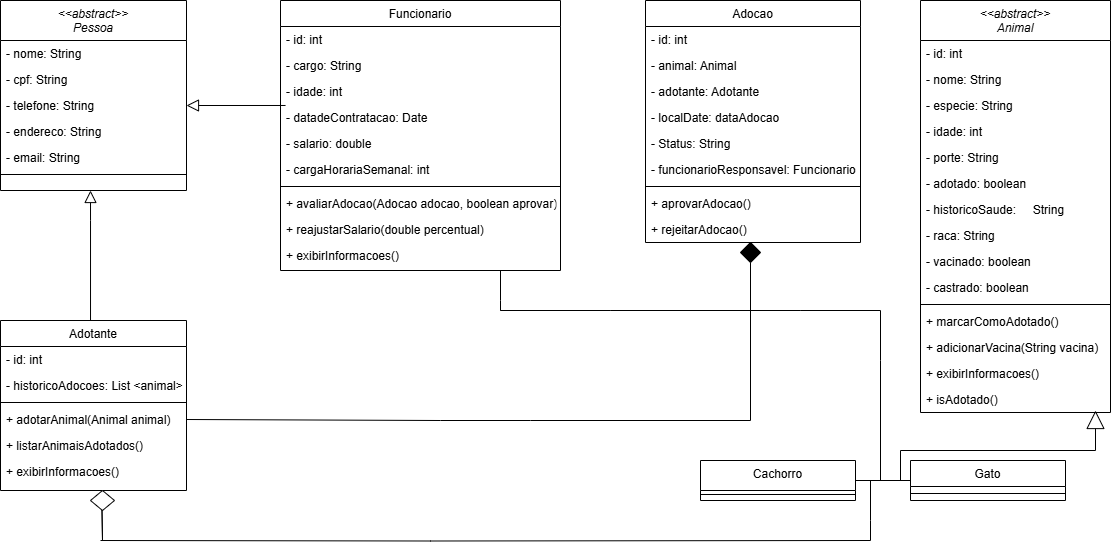
The draw.io diagram projeto final FOO.drawio.png in LeonSlent/SystemONG, before a commit. Source tidied: cells renumbered, new cells last; positions are measured from the earlier drawing's top-left corner, leaving out a move shared by most shapes.
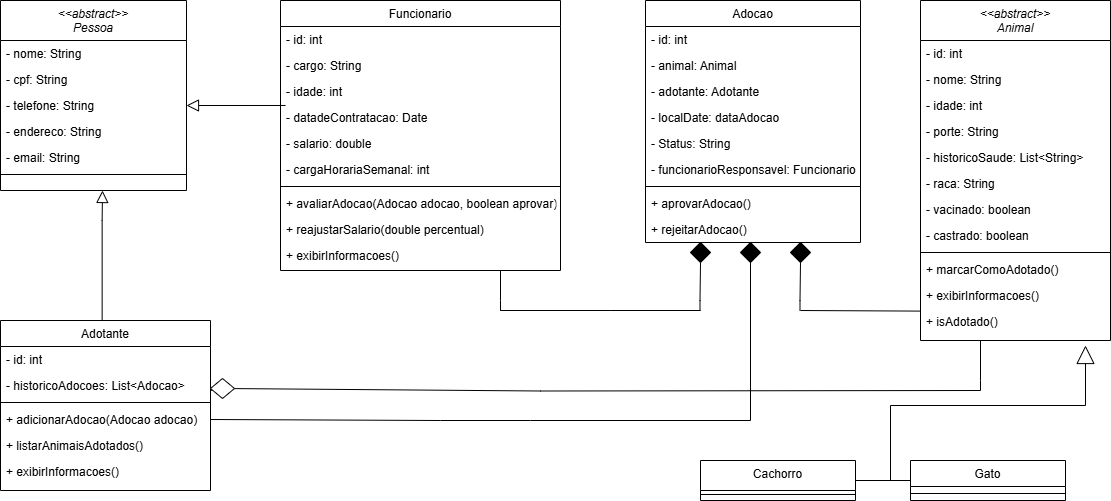
After the change.

Diff of the diagram source:
```diff
@@ -3,7 +3,7 @@
     <mxCell id="0" />
     <mxCell id="1" parent="0" />
     <mxCell id="2" value="&lt;&lt;abstract&gt;&gt;&#10;Animal" style="swimlane;fontStyle=2;align=center;verticalAlign=top;horizontal=1;startSize=40;rounded=0;shadow=0;strokeWidth=1;" parent="1" vertex="1">
-      <mxGeometry x="920" width="190" height="412" as="geometry" />
+      <mxGeometry x="920" width="190" height="340" as="geometry" />
     </mxCell>
     <mxCell id="3" value="- id: int" style="text;align=left;verticalAlign=top;spacingLeft=4;spacingRight=4;overflow=hidden;" parent="2" vertex="1">
       <mxGeometry y="40" width="190" height="26" as="geometry" />
@@ -11,48 +11,39 @@
     <mxCell id="4" value="- nome: String" style="text;align=left;verticalAlign=top;spacingLeft=4;spacingRight=4;overflow=hidden;rounded=0;shadow=0;html=0;" parent="2" vertex="1">
       <mxGeometry y="66" width="190" height="26" as="geometry" />
     </mxCell>
-    <mxCell id="5" value="- especie: String" style="text;align=left;verticalAlign=top;spacingLeft=4;spacingRight=4;overflow=hidden;rounded=0;shadow=0;html=0;" parent="2" vertex="1">
-      <mxGeometry y="92" width="190" height="26" as="geometry" />
-    </mxCell>
     <mxCell id="6" value="- idade: int" style="text;align=left;verticalAlign=top;spacingLeft=4;spacingRight=4;overflow=hidden;rounded=0;shadow=0;html=0;" parent="2" vertex="1">
-      <mxGeometry y="118" width="190" height="26" as="geometry" />
+      <mxGeometry y="92" width="190" height="26" as="geometry" />
     </mxCell>
     <mxCell id="7" value="- porte: String" style="text;align=left;verticalAlign=top;spacingLeft=4;spacingRight=4;overflow=hidden;rounded=0;shadow=0;html=0;" parent="2" vertex="1">
-      <mxGeometry y="144" width="190" height="26" as="geometry" />
+      <mxGeometry y="118" width="190" height="26" as="geometry" />
     </mxCell>
-    <mxCell id="8" value="- adotado: boolean" style="text;align=left;verticalAlign=top;spacingLeft=4;spacingRight=4;overflow=hidden;rounded=0;shadow=0;html=0;" parent="2" vertex="1">
-      <mxGeometry y="170" width="190" height="26" as="geometry" />
-    </mxCell>
-    <mxCell id="9" value="- historicoSaude:     String" style="text;align=left;verticalAlign=top;spacingLeft=4;spacingRight=4;overflow=hidden;rounded=0;shadow=0;html=0;" parent="2" vertex="1">
-      <mxGeometry y="196" width="190" height="26" as="geometry" />
+    <mxCell id="9" value="- historicoSaude: List&lt;String&gt;" style="text;align=left;verticalAlign=top;spacingLeft=4;spacingRight=4;overflow=hidden;rounded=0;shadow=0;html=0;" parent="2" vertex="1">
+      <mxGeometry y="144" width="190" height="26" as="geometry" />
     </mxCell>
     <mxCell id="10" value="- raca: String" style="text;align=left;verticalAlign=top;spacingLeft=4;spacingRight=4;overflow=hidden;rounded=0;shadow=0;html=0;" parent="2" vertex="1">
-      <mxGeometry y="222" width="190" height="26" as="geometry" />
+      <mxGeometry y="170" width="190" height="26" as="geometry" />
     </mxCell>
     <mxCell id="11" value="- vacinado: boolean" style="text;align=left;verticalAlign=top;spacingLeft=4;spacingRight=4;overflow=hidden;rounded=0;shadow=0;html=0;" parent="2" vertex="1">
-      <mxGeometry y="248" width="190" height="26" as="geometry" />
+      <mxGeometry y="196" width="190" height="26" as="geometry" />
     </mxCell>
     <mxCell id="12" value="- castrado: boolean" style="text;align=left;verticalAlign=top;spacingLeft=4;spacingRight=4;overflow=hidden;rounded=0;shadow=0;html=0;" parent="2" vertex="1">
-      <mxGeometry y="274" width="190" height="26" as="geometry" />
+      <mxGeometry y="222" width="190" height="26" as="geometry" />
     </mxCell>
     <mxCell id="13" style="line;html=1;strokeWidth=1;align=left;verticalAlign=middle;spacingTop=-1;spacingLeft=3;spacingRight=3;labelPosition=right;" parent="2" vertex="1">
-      <mxGeometry y="300" width="190" height="8" as="geometry" />
+      <mxGeometry y="248" width="190" height="8" as="geometry" />
     </mxCell>
     <mxCell id="14" value="+ marcarComoAdotado()" style="text;align=left;verticalAlign=top;spacingLeft=4;spacingRight=4;overflow=hidden;rounded=0;shadow=0;html=0;" parent="2" vertex="1">
-      <mxGeometry y="308" width="190" height="26" as="geometry" />
+      <mxGeometry y="256" width="190" height="26" as="geometry" />
     </mxCell>
-    <mxCell id="15" value="+ adicionarVacina(String vacina)" style="text;align=left;verticalAlign=top;spacingLeft=4;spacingRight=4;overflow=hidden;rounded=0;shadow=0;html=0;" parent="2" vertex="1">
-      <mxGeometry y="334" width="190" height="26" as="geometry" />
-    </mxCell>
     <mxCell id="16" value="+ exibirInformacoes()" style="text;align=left;verticalAlign=top;spacingLeft=4;spacingRight=4;overflow=hidden;rounded=0;shadow=0;html=0;" parent="2" vertex="1">
-      <mxGeometry y="360" width="190" height="26" as="geometry" />
+      <mxGeometry y="282" width="190" height="26" as="geometry" />
     </mxCell>
     <mxCell id="17" value="+ isAdotado()" style="text;align=left;verticalAlign=top;spacingLeft=4;spacingRight=4;overflow=hidden;points=[[0,0.5],[1,0.5]];portConstraint=eastwest;" parent="2" vertex="1">
-      <mxGeometry y="386" width="190" height="26" as="geometry" />
+      <mxGeometry y="308" width="190" height="26" as="geometry" />
     </mxCell>
     <mxCell id="18" style="endArrow=block;endSize=10;endFill=0;shadow=0;strokeWidth=1;rounded=0;curved=0;edgeStyle=elbowEdgeStyle;elbow=vertical;exitX=0.484;exitY=0;exitDx=0;exitDy=0;exitPerimeter=0;" parent="1" edge="1" source="19">
       <mxGeometry relative="1" as="geometry">
-        <mxPoint x="90" y="190" as="targetPoint" />
+        <mxPoint x="102" y="190" as="targetPoint" />
         <Array as="points">
           <mxPoint x="90" y="220" />
           <mxPoint x="100" y="210" />
@@ -61,25 +52,25 @@
       </mxGeometry>
     </mxCell>
     <mxCell id="19" value="Adotante" style="swimlane;fontStyle=0;align=center;verticalAlign=top;horizontal=1;startSize=26;rounded=0;shadow=0;strokeWidth=1;" parent="1" vertex="1">
-      <mxGeometry y="320" width="186" height="170" as="geometry" />
+      <mxGeometry y="320" width="210" height="170" as="geometry" />
     </mxCell>
     <mxCell id="20" value="- id: int" style="text;align=left;verticalAlign=top;spacingLeft=4;spacingRight=4;overflow=hidden;" parent="19" vertex="1">
-      <mxGeometry y="26" width="186" height="26" as="geometry" />
+      <mxGeometry y="26" width="210" height="26" as="geometry" />
     </mxCell>
-    <mxCell id="21" value="- historicoAdocoes: List &lt;animal&gt;" style="text;align=left;verticalAlign=top;spacingLeft=4;spacingRight=4;overflow=hidden;rounded=0;shadow=0;html=0;" parent="19" vertex="1">
-      <mxGeometry y="52" width="186" height="26" as="geometry" />
+    <mxCell id="21" value="- historicoAdocoes: List&lt;Adocao&gt;" style="text;align=left;verticalAlign=top;spacingLeft=4;spacingRight=4;overflow=hidden;rounded=0;shadow=0;html=0;" parent="19" vertex="1">
+      <mxGeometry y="52" width="210" height="26" as="geometry" />
     </mxCell>
     <mxCell id="22" style="line;html=1;strokeWidth=1;align=left;verticalAlign=middle;spacingTop=-1;spacingLeft=3;spacingRight=3;labelPosition=right;" parent="19" vertex="1">
-      <mxGeometry y="78" width="186" height="8" as="geometry" />
+      <mxGeometry y="78" width="210" height="8" as="geometry" />
     </mxCell>
-    <mxCell id="23" value="+ adotarAnimal(Animal animal)" style="text;align=left;verticalAlign=top;spacingLeft=4;spacingRight=4;overflow=hidden;points=[[0,0.5],[1,0.5]];portConstraint=eastwest;" parent="19" vertex="1">
-      <mxGeometry y="86" width="186" height="26" as="geometry" />
+    <mxCell id="23" value="+ adicionarAdocao(Adocao adocao)" style="text;align=left;verticalAlign=top;spacingLeft=4;spacingRight=4;overflow=hidden;points=[[0,0.5],[1,0.5]];portConstraint=eastwest;" parent="19" vertex="1">
+      <mxGeometry y="86" width="210" height="26" as="geometry" />
     </mxCell>
     <mxCell id="24" value="+ listarAnimaisAdotados()" style="text;align=left;verticalAlign=top;spacingLeft=4;spacingRight=4;overflow=hidden;" parent="19" vertex="1">
-      <mxGeometry y="112" width="186" height="26" as="geometry" />
+      <mxGeometry y="112" width="210" height="26" as="geometry" />
     </mxCell>
     <mxCell id="25" value="+ exibirInformacoes()" style="text;align=left;verticalAlign=top;spacingLeft=4;spacingRight=4;overflow=hidden;" parent="19" vertex="1">
-      <mxGeometry y="138" width="186" height="26" as="geometry" />
+      <mxGeometry y="138" width="210" height="26" as="geometry" />
     </mxCell>
     <mxCell id="26" value="Adocao" style="swimlane;fontStyle=0;align=center;verticalAlign=top;horizontal=1;startSize=26;rounded=0;shadow=0;strokeWidth=1;" parent="1" vertex="1">
       <mxGeometry x="645" width="215" height="242" as="geometry" />
@@ -185,48 +176,39 @@
     <mxCell id="57" style="endArrow=none;html=1;rounded=0;" parent="1" edge="1">
       <mxGeometry relative="1" as="geometry">
         <mxPoint x="610" y="310" as="sourcePoint" />
-        <mxPoint x="750" y="310" as="targetPoint" />
+        <mxPoint x="700" y="310" as="targetPoint" />
         <Array as="points">
           <mxPoint x="500" y="310" />
           <mxPoint x="610" y="310" />
         </Array>
       </mxGeometry>
     </mxCell>
-    <mxCell id="58" style="endArrow=none;html=1;rounded=0;" parent="1" edge="1">
+    <mxCell id="58" style="endArrow=none;html=1;rounded=0;" parent="1" edge="1" source="59">
       <mxGeometry relative="1" as="geometry">
-        <mxPoint x="100" y="540" as="sourcePoint" />
-        <mxPoint x="870" y="540" as="targetPoint" />
+        <mxPoint x="980" y="390" as="targetPoint" />
         <Array as="points">
-          <mxPoint x="430" y="540.5" />
+          <mxPoint x="540" y="390.5" />
         </Array>
       </mxGeometry>
     </mxCell>
-    <mxCell id="59" style="rhombus;whiteSpace=wrap;html=1;" parent="1" vertex="1">
-      <mxGeometry x="90" y="490" width="24" height="20" as="geometry" />
-    </mxCell>
     <mxCell id="60" value="Gato" style="swimlane;fontStyle=0;align=center;verticalAlign=top;horizontal=1;startSize=26;rounded=0;shadow=0;strokeWidth=1;" parent="1" vertex="1">
       <mxGeometry x="910" y="460" width="155" height="40" as="geometry" />
     </mxCell>
     <mxCell id="61" style="line;html=1;strokeWidth=1;align=left;verticalAlign=middle;spacingTop=-1;spacingLeft=3;spacingRight=3;labelPosition=right;" parent="60" vertex="1">
       <mxGeometry y="26" width="155" height="14" as="geometry" />
     </mxCell>
-    <mxCell id="62" style="endArrow=none;html=1;rounded=0;" parent="1" edge="1">
+    <mxCell id="62" style="endArrow=none;html=1;rounded=0;entryX=0.002;entryY=0.1;entryDx=0;entryDy=0;entryPerimeter=0;" parent="1" edge="1" target="17">
       <mxGeometry relative="1" as="geometry">
         <mxPoint x="800" y="310" as="sourcePoint" />
-        <mxPoint x="880" y="310" as="targetPoint" />
-        <Array as="points">
-          <mxPoint x="750" y="310" />
-          <mxPoint x="800" y="310" />
-        </Array>
       </mxGeometry>
     </mxCell>
     <mxCell id="63" style="edgeStyle=orthogonalEdgeStyle;rounded=0;orthogonalLoop=1;jettySize=auto;html=1;endArrow=block;startFill=0;startSize=9;endFill=0;endSize=16;" parent="1" edge="1">
       <mxGeometry relative="1" as="geometry">
-        <mxPoint x="900" y="480" as="sourcePoint" />
-        <mxPoint x="1095" y="410" as="targetPoint" />
+        <mxPoint x="890" y="480" as="sourcePoint" />
+        <mxPoint x="1085" y="345" as="targetPoint" />
         <Array as="points">
-          <mxPoint x="900" y="450" />
-          <mxPoint x="1095" y="450" />
+          <mxPoint x="890" y="405" />
+          <mxPoint x="1085" y="405" />
         </Array>
       </mxGeometry>
     </mxCell>
@@ -238,22 +220,13 @@
     </mxCell>
     <mxCell id="66" style="endArrow=none;html=1;rounded=0;" parent="1" edge="1">
       <mxGeometry relative="1" as="geometry">
-        <mxPoint x="870" y="480" as="sourcePoint" />
-        <mxPoint x="870" y="540" as="targetPoint" />
+        <mxPoint x="980" y="340" as="sourcePoint" />
+        <mxPoint x="980" y="390" as="targetPoint" />
         <Array as="points">
-          <mxPoint x="870" y="520" />
+          <mxPoint x="980" y="380" />
         </Array>
       </mxGeometry>
     </mxCell>
-    <mxCell id="67" style="endArrow=none;html=1;rounded=0;" parent="1" edge="1">
-      <mxGeometry relative="1" as="geometry">
-        <mxPoint x="880" y="310" as="sourcePoint" />
-        <mxPoint x="880" y="480" as="targetPoint" />
-        <Array as="points">
-          <mxPoint x="880" y="360" />
-        </Array>
-      </mxGeometry>
-    </mxCell>
     <mxCell id="68" style="endArrow=none;html=1;rounded=0;exitX=0;exitY=0.5;exitDx=0;exitDy=0;" parent="1" edge="1" source="60">
       <mxGeometry relative="1" as="geometry">
         <mxPoint x="885" y="480" as="targetPoint" />
@@ -272,15 +245,35 @@
         </Array>
       </mxGeometry>
     </mxCell>
-    <mxCell id="70" style="endArrow=none;html=1;rounded=0;" parent="1" edge="1">
-      <mxGeometry relative="1" as="geometry">
-        <mxPoint x="101.5" y="510" as="sourcePoint" />
-        <mxPoint x="101.5" y="510" as="targetPoint" />
-        <Array as="points">
-          <mxPoint x="101.5" y="510" />
-          <mxPoint x="102" y="540" />
-        </Array>
-      </mxGeometry>
-    </mxCell>
+    <mxCell id="71" style="rhombus;whiteSpace=wrap;html=1;strokeColor=#000000;fillColor=#000000;" parent="1" vertex="1">
+      <mxGeometry x="790" y="242" width="20" height="20" as="geometry" />
+    </mxCell>
+    <mxCell id="72" style="rhombus;whiteSpace=wrap;html=1;strokeColor=#000000;fillColor=#000000;" parent="1" vertex="1">
+      <mxGeometry x="690" y="242" width="20" height="20" as="geometry" />
+    </mxCell>
+    <mxCell id="73" style="endArrow=none;html=1;rounded=0;entryX=0.5;entryY=1;entryDx=0;entryDy=0;" parent="1" edge="1" target="72">
+      <mxGeometry relative="1" as="geometry">
+        <mxPoint x="699.5" y="310" as="sourcePoint" />
+        <Array as="points">
+          <mxPoint x="699.5" y="300" />
+        </Array>
+      </mxGeometry>
+    </mxCell>
+    <mxCell id="74" style="endArrow=none;html=1;rounded=0;entryX=0.5;entryY=1;entryDx=0;entryDy=0;" parent="1" edge="1" target="71">
+      <mxGeometry relative="1" as="geometry">
+        <mxPoint x="799.5" y="310" as="sourcePoint" />
+        <Array as="points">
+          <mxPoint x="799.5" y="300" />
+        </Array>
+      </mxGeometry>
+    </mxCell>
+    <mxCell id="75" style="endArrow=none;html=1;rounded=0;" parent="1" edge="1" target="59">
+      <mxGeometry relative="1" as="geometry">
+        <mxPoint x="210" y="390" as="sourcePoint" />
+      </mxGeometry>
+    </mxCell>
+    <mxCell id="59" style="rhombus;whiteSpace=wrap;html=1;" parent="1" vertex="1">
+      <mxGeometry x="210" y="378" width="24" height="20" as="geometry" />
+    </mxCell>
   </root>
 </mxGraphModel>
```
